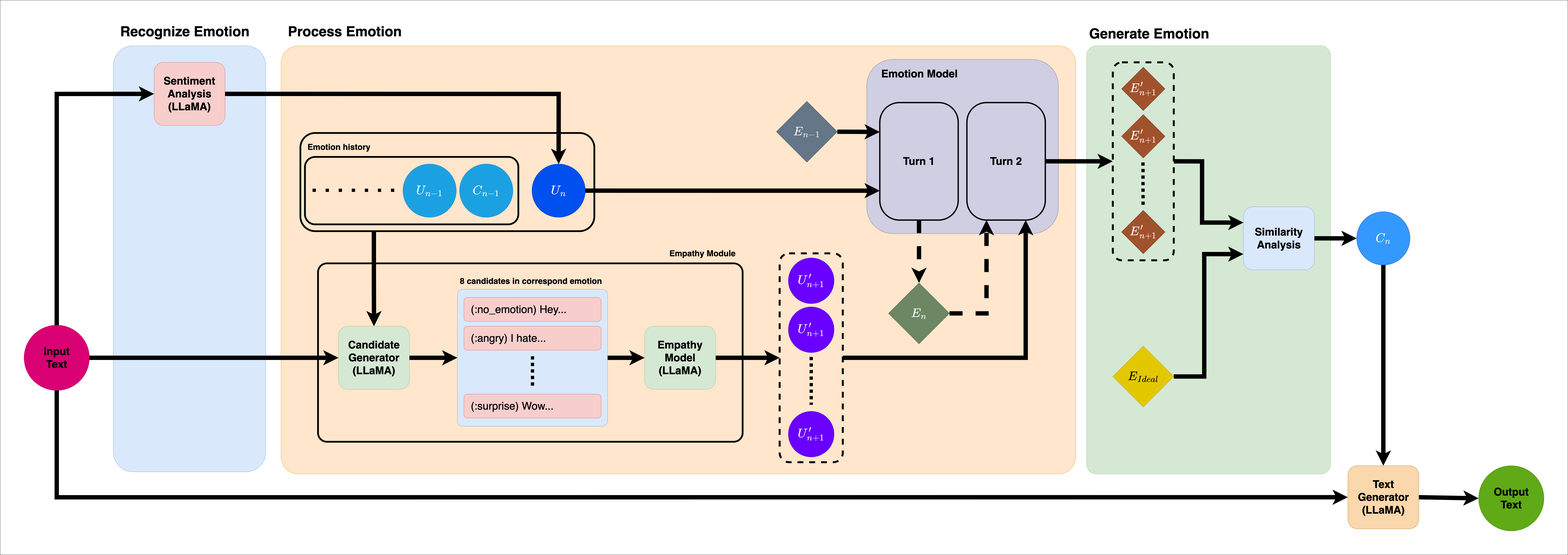
The draw.io diagram Model_Architecture.png in hermeschen1116/emotion-chat-bot, before a commit. Source tidied: cells renumbered, new cells last; positions are measured from the earlier drawing's top-left corner, leaving out a move shared by most shapes.
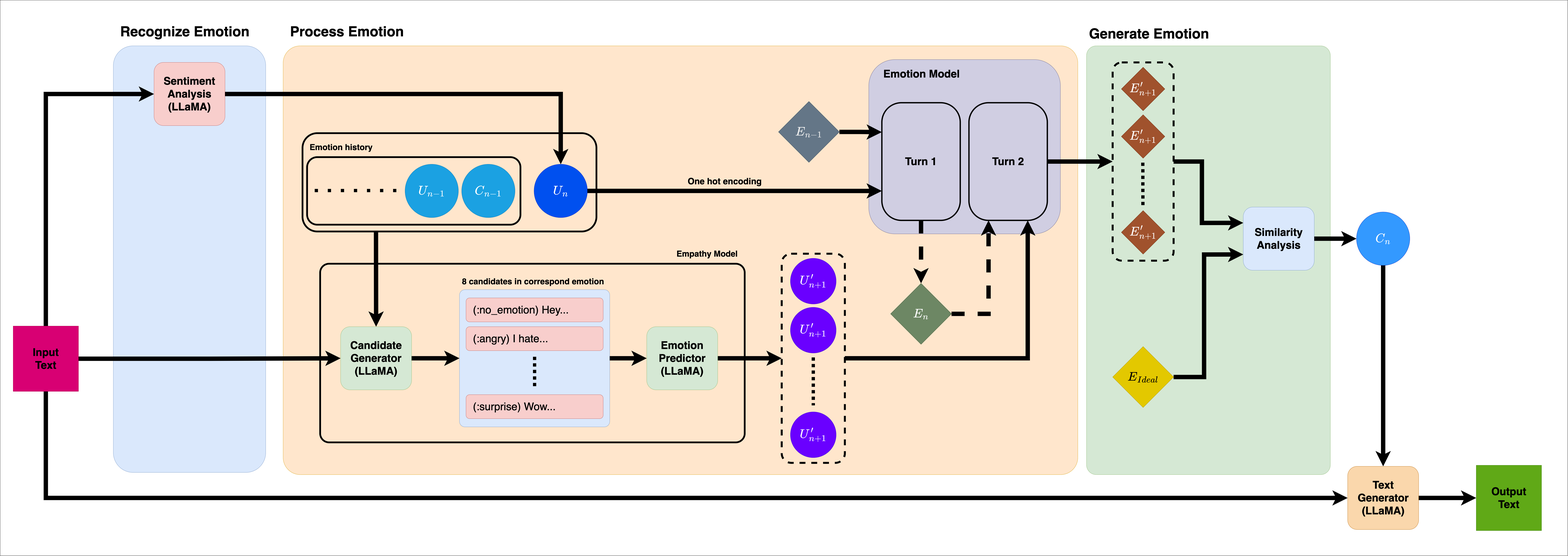
The same file after the commit.

Commit message:
docs: make figure more clear

Diff of the diagram source:
```diff
@@ -8,9 +8,6 @@
     <mxCell id="3" style="edgeStyle=orthogonalEdgeStyle;rounded=0;jettySize=auto;html=1;exitX=0.5;exitY=1;exitDx=0;exitDy=0;entryX=0;entryY=0.5;entryDx=0;entryDy=0;strokeColor=#000000;strokeWidth=20;fontColor=#000000;" parent="1" edge="1" source="4" target="10">
       <mxGeometry relative="1" as="geometry" />
     </mxCell>
-    <mxCell id="4" value="Input&lt;br style=&quot;font-size: 49px;&quot;&gt;Text" style="ellipse;whiteSpace=wrap;html=1;fillColor=#d80073;strokeColor=#A50040;fontColor=#000000;fontStyle=1;fontSize=49;fontFamily=Helvetica;" parent="1" vertex="1">
-      <mxGeometry x="110" y="1494" width="300" height="300" as="geometry" />
-    </mxCell>
     <mxCell id="5" value="&lt;mxGraphModel&gt;&lt;root&gt;&lt;mxCell id=&quot;0&quot;/&gt;&lt;mxCell id=&quot;1&quot; parent=&quot;0&quot;/&gt;&lt;mxCell id=&quot;2&quot; value=&quot;&amp;lt;span style=&amp;quot;color: rgba(0, 0, 0, 0); font-family: monospace; font-size: 0px; text-align: start;&amp;quot;&amp;gt;%3CmxGraphModel%3E%3Croot%3E%3CmxCell%20id%3D%220%22%2F%3E%3CmxCell%20id%3D%221%22%20parent%3D%220%22%2F%3E%3CmxCell%20id%3D%222%22%20value%3D%22Sentiment%26lt%3Bbr%26gt%3BAnalysis%26lt%3Bbr%26gt%3B(LLaMA)%22%20style%3D%22rounded%3D1%3BwhiteSpace%3Dwrap%3Bhtml%3D1%3BfillColor%3D%23f8cecc%3BstrokeColor%3D%23b85450%3BfontSize%3D22%3BfontStyle%3D1%3BfontColor%3D%23000000%3B%22%20vertex%3D%221%22%20parent%3D%221%22%3E%3CmxGeometry%20x%3D%22435%22%20y%3D%22150%22%20width%3D%22140%22%20height%3D%22120%22%20as%3D%22geometry%22%2F%3E%3C%2FmxCell%3E%3C%2Froot%3E%3C%2FmxGraphModel%3E" style="text;whiteSpace=wrap;html=1;fontSize=49;fontFamily=Helvetica;fontColor=#000000;" parent="1" vertex="1">
       <mxGeometry x="1880" y="1170" width="60" height="50" as="geometry" />
     </mxCell>
@@ -29,9 +26,6 @@
     <mxCell id="10" value="Text&lt;br&gt;Generator&lt;br&gt;(LLaMA)" style="rounded=1;whiteSpace=wrap;html=1;fillColor=#fad7ac;strokeColor=#b46504;fontSize=49;fontStyle=1;fontColor=#000000;" parent="1" vertex="1">
       <mxGeometry x="6189.5" y="2140" width="326" height="290" as="geometry" />
     </mxCell>
-    <mxCell id="11" value="Output&lt;br&gt;Text" style="ellipse;whiteSpace=wrap;html=1;fillColor=#60a917;strokeColor=#2D7600;fontStyle=1;fontSize=49;fontFamily=Helvetica;fontColor=#000000;" parent="1" vertex="1">
-      <mxGeometry x="6790" y="2140" width="300" height="300" as="geometry" />
-    </mxCell>
     <mxCell id="12" value="Text" style="text;html=1;strokeColor=none;fillColor=none;align=center;verticalAlign=middle;whiteSpace=wrap;rounded=0;" parent="1" vertex="1">
       <mxGeometry x="2500" y="1460" width="60" height="30" as="geometry" />
     </mxCell>
@@ -39,10 +33,10 @@
       <mxGeometry x="2500" y="1460" width="60" height="30" as="geometry" />
     </mxCell>
     <mxCell id="14" style="group;" parent="1" vertex="1">
-      <mxGeometry x="520" y="110" width="800" height="2058" as="geometry" />
+      <mxGeometry x="520" y="110" width="960" height="2250" as="geometry" />
     </mxCell>
     <mxCell id="15" style="group;" parent="14" vertex="1">
-      <mxGeometry y="100" width="700" height="1958" as="geometry" />
+      <mxGeometry y="100" width="960" height="2150" as="geometry" />
     </mxCell>
     <mxCell id="16" value="&lt;span style=&quot;color: rgba(0, 0, 0, 0); font-family: monospace; font-size: 0px; text-align: start;&quot;&gt;%3CmxGraphModel%3E%3Croot%3E%3CmxCell%20id%3D%220%22%2F%3E%3CmxCell%20id%3D%221%22%20parent%3D%220%22%2F%3E%3CmxCell%20id%3D%222%22%20value%3D%22Sentiment%26lt%3Bbr%26gt%3BAnalysis%26lt%3Bbr%26gt%3B(LLaMA)%22%20style%3D%22rounded%3D1%3BwhiteSpace%3Dwrap%3Bhtml%3D1%3BfillColor%3D%23f8cecc%3BstrokeColor%3D%23b85450%3BfontSize%3D22%3BfontStyle%3D1%3BfontColor%3D%23000000%3B%22%20vertex%3D%221%22%20parent%3D%221%22%3E%3CmxGeometry%20x%3D%22435%22%20y%3D%22150%22%20width%3D%22140%22%20height%3D%22120%22%20as%3D%22geometry%22%2F%3E%3C%2FmxCell%3E%3C%2Froot%3E%3C%2FmxGraphModel%3E&lt;/span&gt;" style="rounded=1;whiteSpace=wrap;html=1;fontFamily=Helvetica;fontSize=22;fillColor=#dae8fc;strokeColor=#6c8ebf;arcSize=13;" parent="15" vertex="1">
       <mxGeometry width="700" height="1958" as="geometry" />
@@ -115,7 +109,7 @@
       <mxGeometry relative="1" as="geometry" />
     </mxCell>
     <mxCell id="35" style="group;" parent="1" vertex="1">
-      <mxGeometry x="1290" y="110" width="3650" height="2068" as="geometry" />
+      <mxGeometry x="1300" y="110" width="3650" height="2068" as="geometry" />
     </mxCell>
     <mxCell id="36" value="Process Emotion" style="text;html=1;strokeColor=none;fillColor=none;align=left;verticalAlign=middle;whiteSpace=wrap;rounded=0;strokeWidth=8;fontFamily=Helvetica;fontSize=64;fontColor=#000000;fontStyle=1;" parent="35" vertex="1">
       <mxGeometry x="30" width="770" height="70" as="geometry" />
@@ -195,6 +189,11 @@
     <mxCell id="60" style="edgeStyle=orthogonalEdgeStyle;rounded=0;jettySize=auto;html=1;exitX=1;exitY=0.5;exitDx=0;exitDy=0;entryX=0;entryY=0.75;entryDx=0;entryDy=0;fontSize=49;fontColor=#000000;strokeWidth=20;strokeColor=#000000;" parent="37" edge="1" source="51" target="56">
       <mxGeometry relative="1" as="geometry" />
     </mxCell>
+    <mxCell id="91" value="One hot encoding" style="edgeLabel;html=1;align=center;verticalAlign=middle;fontSize=40;labelBackgroundColor=none;fontStyle=1;fontColor=#000000;" parent="60" vertex="1">
+      <mxGeometry x="-0.07" y="-3" relative="1" as="geometry">
+        <mxPoint x="-1" y="-49" as="offset" />
+      </mxGeometry>
+    </mxCell>
     <mxCell id="61" style="group;" parent="37" vertex="1">
       <mxGeometry x="2290" y="954" width="290" height="960" as="geometry" />
     </mxCell>
@@ -273,13 +272,13 @@
     <mxCell id="84" style="edgeStyle=orthogonalEdgeStyle;rounded=0;jettySize=auto;html=1;exitX=1;exitY=0.5;exitDx=0;exitDy=0;entryX=0;entryY=0.5;entryDx=0;entryDy=0;strokeColor=#000000;strokeWidth=20;fontFamily=Helvetica;fontSize=49;fontColor=#000000;" parent="73" edge="1" source="74" target="78">
       <mxGeometry relative="1" as="geometry" />
     </mxCell>
-    <mxCell id="85" value="Empathy Model&lt;br style=&quot;font-size: 49px;&quot;&gt;(LLaMA)" style="rounded=1;whiteSpace=wrap;html=1;fillColor=#d5e8d4;strokeColor=#82b366;fontSize=49;fontStyle=1;fontColor=#000000;" parent="71" vertex="1">
+    <mxCell id="85" value="Emotion&lt;br&gt;Predictor&lt;br&gt;(LLaMA)" style="rounded=1;whiteSpace=wrap;html=1;fillColor=#d5e8d4;strokeColor=#82b366;fontSize=49;fontStyle=1;fontColor=#000000;" parent="71" vertex="1">
       <mxGeometry x="1500" y="289" width="326" height="290" as="geometry" />
     </mxCell>
     <mxCell id="86" style="edgeStyle=orthogonalEdgeStyle;rounded=0;jettySize=auto;html=1;exitX=1;exitY=0.5;exitDx=0;exitDy=0;entryX=0;entryY=0.5;entryDx=0;entryDy=0;strokeColor=#000000;strokeWidth=20;fontFamily=Helvetica;fontSize=49;fontColor=#000000;" parent="71" edge="1" source="78" target="85">
       <mxGeometry relative="1" as="geometry" />
     </mxCell>
-    <mxCell id="87" value="Empathy Module" style="text;html=1;strokeColor=none;fillColor=none;align=right;verticalAlign=middle;whiteSpace=wrap;rounded=0;strokeWidth=8;fontFamily=Helvetica;fontSize=38;fontColor=#000000;fontStyle=1;" parent="70" vertex="1">
+    <mxCell id="87" value="Empathy Model" style="text;html=1;strokeColor=none;fillColor=none;align=right;verticalAlign=middle;whiteSpace=wrap;rounded=0;strokeWidth=8;fontFamily=Helvetica;fontSize=38;fontColor=#000000;fontStyle=1;" parent="70" vertex="1">
       <mxGeometry x="1150" width="770" height="70" as="geometry" />
     </mxCell>
     <mxCell id="88" style="edgeStyle=orthogonalEdgeStyle;rounded=0;jettySize=auto;html=1;exitX=1;exitY=0.5;exitDx=0;exitDy=0;entryX=0.5;entryY=0;entryDx=0;entryDy=0;strokeColor=#000000;strokeWidth=20;fontFamily=Helvetica;fontSize=38;fontColor=#000000;" parent="1" edge="1" source="17" target="51">
@@ -291,5 +290,11 @@
     <mxCell id="90" style="edgeStyle=orthogonalEdgeStyle;rounded=0;jettySize=auto;html=1;exitX=1;exitY=0.5;exitDx=0;exitDy=0;entryX=0;entryY=0.5;entryDx=0;entryDy=0;strokeWidth=20;strokeColor=#000000;" parent="1" edge="1" source="57" target="24">
       <mxGeometry relative="1" as="geometry" />
     </mxCell>
+    <mxCell id="4" value="Input &lt;br style=&quot;font-size: 49px;&quot;&gt;Text" style="whiteSpace=wrap;html=1;labelBackgroundColor=none;fontSize=49;fontColor=#000000;fillColor=#d80073;strokeColor=#A50040;fontStyle=1;" parent="1" vertex="1">
+      <mxGeometry x="60" y="1496" width="300" height="300" as="geometry" />
+    </mxCell>
+    <mxCell id="11" value="Output &lt;br style=&quot;font-size: 49px;&quot;&gt;Text" style="whiteSpace=wrap;html=1;labelBackgroundColor=none;fontSize=49;fontColor=#000000;fillColor=#60a917;strokeColor=#2D7600;fontStyle=1;" parent="1" vertex="1">
+      <mxGeometry x="6780" y="2135" width="300" height="300" as="geometry" />
+    </mxCell>
   </root>
 </mxGraphModel>
```
